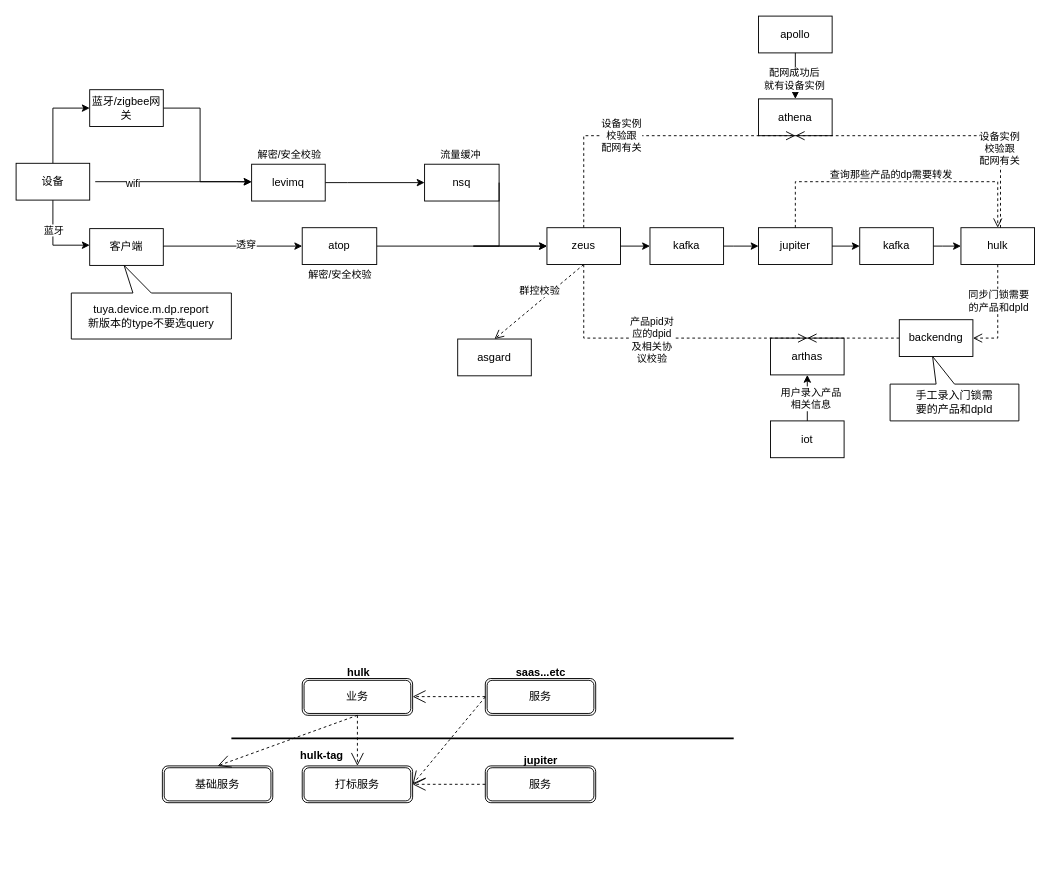
This is Untitled Diagram.drawio from javacoderinhz/img, a draw.io file, before an edit. Source tidied: cells renumbered, new cells numbered last; positions are measured from the earlier drawing's top-left corner, leaving out a move shared by most shapes. Both pictures are drawn from the tidied source at 92%, with x=0, y=0 at pixel (16, 16).
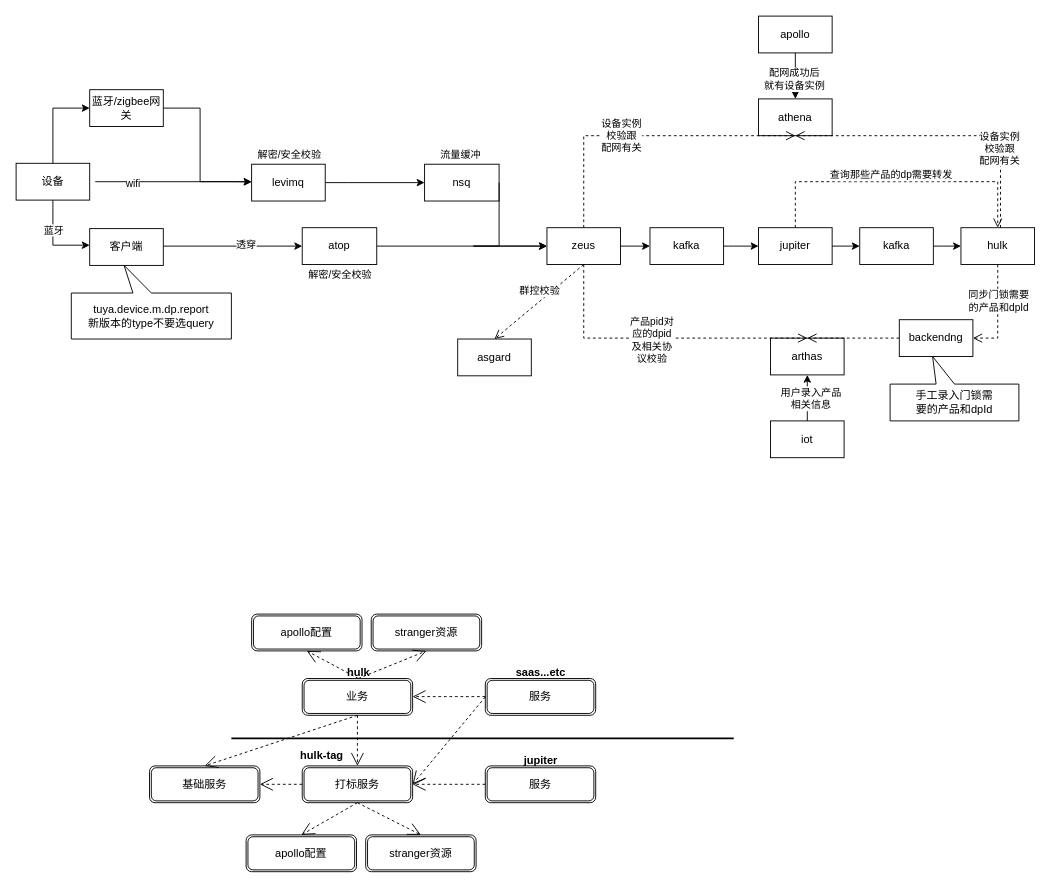
After the change.

The change refers to these unchanged cells:
```xml
<mxCell id="56" value="打标服务" style="shape=ext;double=1;rounded=1;whiteSpace=wrap;html=1;" parent="1" vertex="1">
  <mxGeometry x="311" y="815" width="120" height="40" as="geometry" />
</mxCell>
<mxCell id="60" value="&lt;font style=&quot;font-size: 12px&quot;&gt;hulk&lt;/font&gt;" style="text;strokeColor=none;fillColor=none;html=1;fontSize=24;fontStyle=1;verticalAlign=middle;align=center;" parent="1" vertex="1">
  <mxGeometry x="352" y="700" width="40" height="20" as="geometry" />
</mxCell>
```

Change to the diagram source:
```diff
@@
     <mxCell id="66" value="基础服务" style="shape=ext;double=1;rounded=1;whiteSpace=wrap;html=1;" parent="1" vertex="1">
-      <mxGeometry x="159" y="815" width="120" height="40" as="geometry" />
+      <mxGeometry x="145" y="815" width="120" height="40" as="geometry" />
     </mxCell>
@@
+    <mxCell id="69" value="stranger资源" style="shape=ext;double=1;rounded=1;whiteSpace=wrap;html=1;" parent="1" vertex="1">
+      <mxGeometry x="380" y="890" width="120" height="40" as="geometry" />
+    </mxCell>
+    <mxCell id="70" value="apollo配置" style="shape=ext;double=1;rounded=1;whiteSpace=wrap;html=1;" parent="1" vertex="1">
+      <mxGeometry x="250" y="890" width="120" height="40" as="geometry" />
+    </mxCell>
+    <mxCell id="71" value="stranger资源" style="shape=ext;double=1;rounded=1;whiteSpace=wrap;html=1;" parent="1" vertex="1">
+      <mxGeometry x="386" y="650" width="120" height="40" as="geometry" />
+    </mxCell>
+    <mxCell id="72" value="apollo配置" style="shape=ext;double=1;rounded=1;whiteSpace=wrap;html=1;" parent="1" vertex="1">
+      <mxGeometry x="256" y="650" width="120" height="40" as="geometry" />
+    </mxCell>
+    <mxCell id="73" style="endArrow=open;endSize=12;dashed=1;html=1;rounded=0;fontSize=12;entryX=0.5;entryY=0;entryDx=0;entryDy=0;exitX=0.5;exitY=1;exitDx=0;exitDy=0;" parent="1" edge="1" source="56" target="69">
+      <mxGeometry relative="1" as="geometry" />
+    </mxCell>
+    <mxCell id="74" style="endArrow=open;endSize=12;dashed=1;html=1;rounded=0;fontSize=12;entryX=0.5;entryY=0;entryDx=0;entryDy=0;exitX=0.5;exitY=1;exitDx=0;exitDy=0;" parent="1" edge="1" source="56" target="70">
+      <mxGeometry relative="1" as="geometry" />
+    </mxCell>
+    <mxCell id="75" style="endArrow=open;endSize=12;dashed=1;html=1;rounded=0;fontSize=12;entryX=0.5;entryY=1;entryDx=0;entryDy=0;exitX=0.5;exitY=1;exitDx=0;exitDy=0;" parent="1" edge="1" source="60" target="71">
+      <mxGeometry relative="1" as="geometry" />
+    </mxCell>
+    <mxCell id="76" style="endArrow=open;endSize=12;dashed=1;html=1;rounded=0;fontSize=12;entryX=0.5;entryY=1;entryDx=0;entryDy=0;exitX=0.5;exitY=1;exitDx=0;exitDy=0;" parent="1" edge="1" source="60" target="72">
+      <mxGeometry relative="1" as="geometry" />
+    </mxCell>
+    <mxCell id="77" style="endArrow=open;endSize=12;dashed=1;html=1;rounded=0;fontSize=12;entryX=1;entryY=0.5;entryDx=0;entryDy=0;exitX=0;exitY=0.5;exitDx=0;exitDy=0;" parent="1" edge="1" source="56" target="66">
+      <mxGeometry relative="1" as="geometry" />
+    </mxCell>
```
